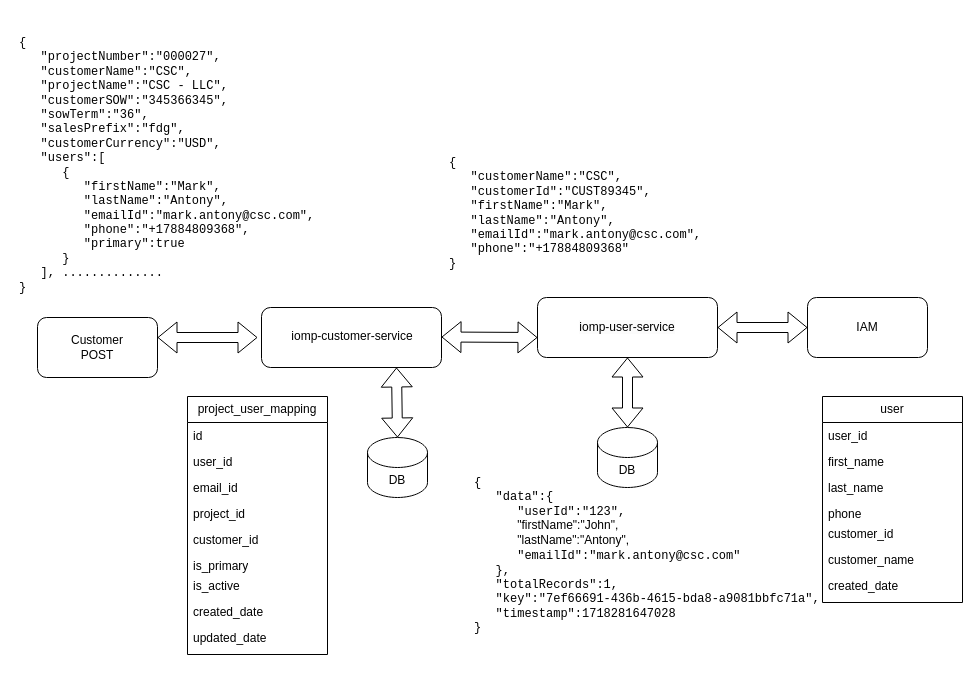
wesco-chandanabuduru/common-entities keeps this draw.io diagram as create new contact for customer account.drawio. Above is the earlier version. Source tidied: cells renumbered, new cells numbered last; positions are measured from the earlier drawing's top-left corner, leaving out a move shared by most shapes. Both pictures are drawn from the tidied source at 100%, with x=0, y=0 at pixel (17, 17).
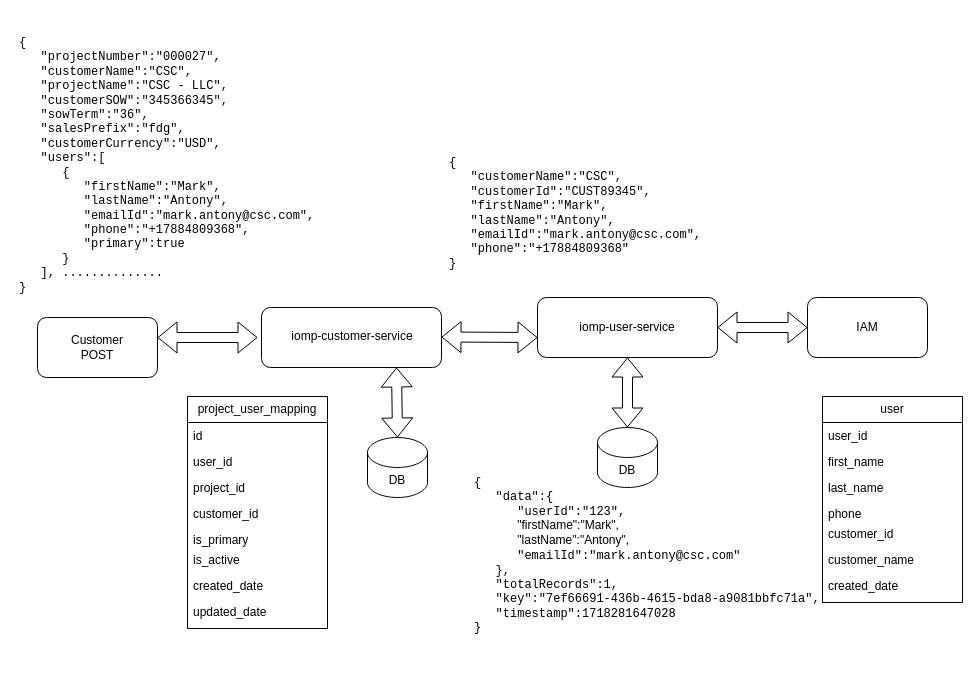
After the change.

What changed in the source:
```diff
@@
-    <mxCell id="14" value="&lt;pre style=&quot;margin-top: 0px;&quot;&gt;&lt;pre&gt;&lt;pre&gt;&lt;pre&gt;&lt;span dir=&quot;ltr&quot; class=&quot;ui-provider a b c d e f g h i j k l m n o p q r s t u v w x y z ab ac ae af ag ah ai aj ak&quot;&gt;&lt;pre&gt;&lt;blockquote&gt;{&lt;br&gt;   &quot;data&quot;:{&lt;br&gt;      &quot;userId&quot;:&quot;123&quot;,&lt;br&gt;      &lt;span style=&quot;white-space: normal; font-size: 9pt; line-height: 13.8px; font-family: Calibri, sans-serif;&quot; lang=&quot;EN-US&quot;&gt;&quot;firstName&quot;:&quot;John&quot;,&lt;br&gt;&amp;nbsp; &amp;nbsp; &amp;nbsp; &amp;nbsp; &amp;nbsp; &amp;nbsp; &amp;nbsp;&quot;lastName&quot;:&quot;Antony&quot;,&lt;br&gt;&lt;/span&gt;&lt;span style=&quot;font-size: medium; white-space: normal;&quot;&gt;&lt;/span&gt;      &quot;emailId&quot;:&quot;mark.antony@csc.com&quot;&lt;br&gt;   },&lt;br&gt;   &quot;totalRecords&quot;:1,&lt;br&gt;   &quot;key&quot;:&quot;7ef66691-436b-4615-bda8-a9081bbfc71a&quot;,&lt;br&gt;   &quot;timestamp&quot;:1718281647028&lt;br&gt;}&lt;br&gt;&lt;/blockquote&gt;&lt;/pre&gt;&lt;/span&gt;&lt;/pre&gt;&lt;/pre&gt;&lt;/pre&gt;&lt;/pre&gt;" style="text;html=1;whiteSpace=wrap;overflow=hidden;rounded=0;align=left;" parent="1" vertex="1">
+    <mxCell id="14" value="&lt;pre style=&quot;margin-top: 0px;&quot;&gt;&lt;pre&gt;&lt;pre&gt;&lt;pre&gt;&lt;span dir=&quot;ltr&quot; class=&quot;ui-provider a b c d e f g h i j k l m n o p q r s t u v w x y z ab ac ae af ag ah ai aj ak&quot;&gt;&lt;pre&gt;&lt;blockquote&gt;{&lt;br&gt;   &quot;data&quot;:{&lt;br&gt;      &quot;userId&quot;:&quot;123&quot;,&lt;br&gt;      &lt;span style=&quot;white-space: normal; font-size: 9pt; line-height: 13.8px; font-family: Calibri, sans-serif;&quot; lang=&quot;EN-US&quot;&gt;&quot;firstName&quot;:&quot;Mark&quot;,&lt;br&gt;&amp;nbsp; &amp;nbsp; &amp;nbsp; &amp;nbsp; &amp;nbsp; &amp;nbsp; &amp;nbsp;&quot;lastName&quot;:&quot;Antony&quot;,&lt;br&gt;&lt;/span&gt;&lt;span style=&quot;font-size: medium; white-space: normal;&quot;&gt;&lt;/span&gt;      &quot;emailId&quot;:&quot;mark.antony@csc.com&quot;&lt;br&gt;   },&lt;br&gt;   &quot;totalRecords&quot;:1,&lt;br&gt;   &quot;key&quot;:&quot;7ef66691-436b-4615-bda8-a9081bbfc71a&quot;,&lt;br&gt;   &quot;timestamp&quot;:1718281647028&lt;br&gt;}&lt;br&gt;&lt;/blockquote&gt;&lt;/pre&gt;&lt;/span&gt;&lt;/pre&gt;&lt;/pre&gt;&lt;/pre&gt;&lt;/pre&gt;" style="text;html=1;whiteSpace=wrap;overflow=hidden;rounded=0;align=left;" parent="1" vertex="1">
       <mxGeometry x="415" y="440" width="390" height="190" as="geometry" />
     </mxCell>
@@
     <mxCell id="25" value="project_user_mapping" style="swimlane;fontStyle=0;horizontal=1;startSize=26;fillColor=none;whiteSpace=wrap;html=1;" parent="1" vertex="1">
-      <mxGeometry x="170" y="379" width="140" height="258" as="geometry" />
+      <mxGeometry x="170" y="379" width="140" height="232" as="geometry" />
     </mxCell>
@@
-    <mxCell id="28" value="email_id" style="text;strokeColor=none;fillColor=none;align=left;verticalAlign=top;spacingLeft=4;spacingRight=4;overflow=hidden;whiteSpace=wrap;html=1;" parent="25" vertex="1">
-      <mxGeometry y="78" width="140" height="26" as="geometry" />
-    </mxCell>
     <mxCell id="29" value="project_id" style="text;strokeColor=none;fillColor=none;align=left;verticalAlign=top;spacingLeft=4;spacingRight=4;overflow=hidden;whiteSpace=wrap;html=1;" parent="25" vertex="1">
-      <mxGeometry y="104" width="140" height="26" as="geometry" />
+      <mxGeometry y="78" width="140" height="26" as="geometry" />
     </mxCell>
     <mxCell id="30" value="customer_id" style="text;strokeColor=none;fillColor=none;align=left;verticalAlign=top;spacingLeft=4;spacingRight=4;overflow=hidden;whiteSpace=wrap;html=1;" parent="25" vertex="1">
-      <mxGeometry y="130" width="140" height="26" as="geometry" />
+      <mxGeometry y="104" width="140" height="26" as="geometry" />
     </mxCell>
     <mxCell id="31" value="&lt;div&gt;is_primary&lt;/div&gt;" style="text;strokeColor=none;fillColor=none;align=left;verticalAlign=top;spacingLeft=4;spacingRight=4;overflow=hidden;whiteSpace=wrap;html=1;" parent="25" vertex="1">
-      <mxGeometry y="156" width="140" height="20" as="geometry" />
+      <mxGeometry y="130" width="140" height="20" as="geometry" />
     </mxCell>
     <mxCell id="32" value="is_active" style="text;strokeColor=none;fillColor=none;align=left;verticalAlign=top;spacingLeft=4;spacingRight=4;overflow=hidden;whiteSpace=wrap;html=1;" parent="25" vertex="1">
-      <mxGeometry y="176" width="140" height="26" as="geometry" />
+      <mxGeometry y="150" width="140" height="26" as="geometry" />
     </mxCell>
     <mxCell id="33" value="created_date" style="text;strokeColor=none;fillColor=none;align=left;verticalAlign=top;spacingLeft=4;spacingRight=4;overflow=hidden;whiteSpace=wrap;html=1;" parent="25" vertex="1">
-      <mxGeometry y="202" width="140" height="26" as="geometry" />
+      <mxGeometry y="176" width="140" height="26" as="geometry" />
     </mxCell>
     <mxCell id="34" value="&lt;div&gt;updated_date&lt;/div&gt;" style="text;strokeColor=none;fillColor=none;align=left;verticalAlign=top;spacingLeft=4;spacingRight=4;overflow=hidden;whiteSpace=wrap;html=1;" parent="25" vertex="1">
-      <mxGeometry y="228" width="140" height="30" as="geometry" />
+      <mxGeometry y="202" width="140" height="30" as="geometry" />
     </mxCell>
```
